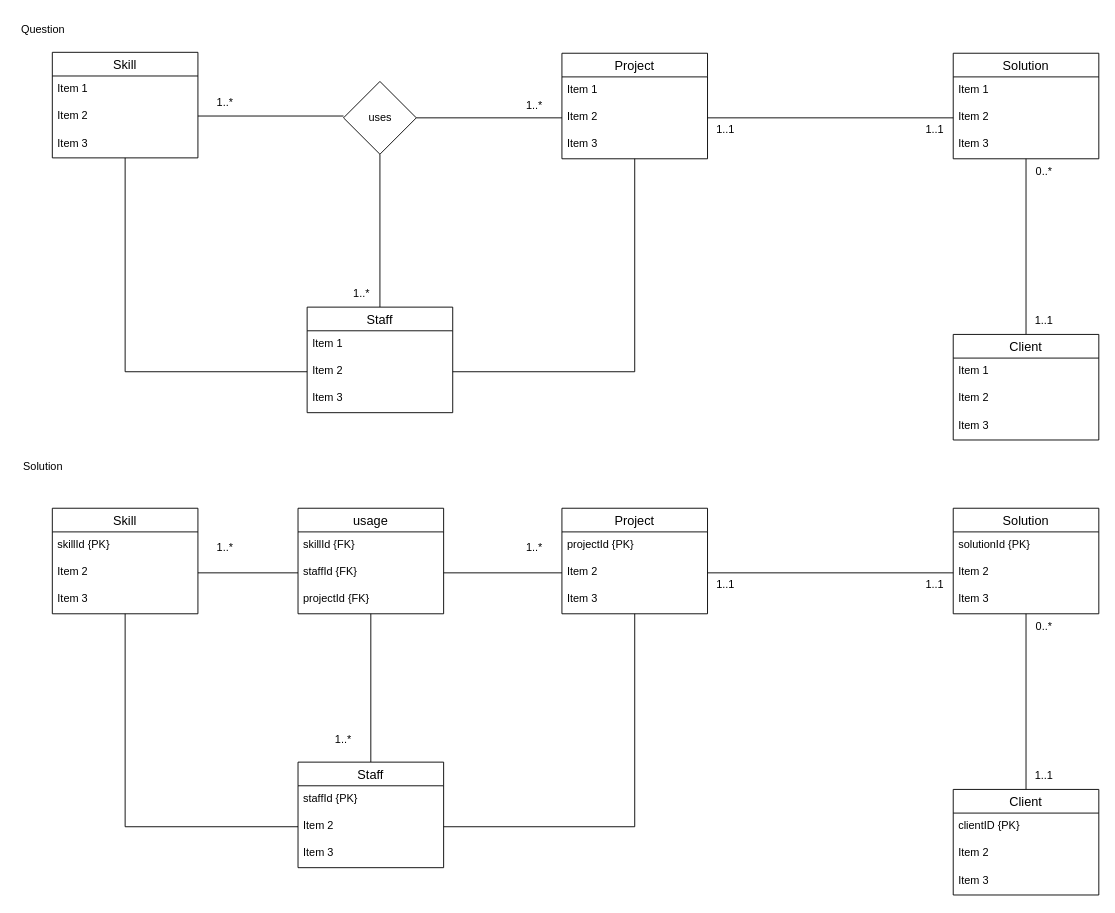
This is page "Redo" (2 of 2) of Tutorial 4/Tutorial4_Exercise1 .drawio from ChitharaKarunasekera/DatabaseSystemsTutorials, a draw.io file, before an edit. Source tidied: cells renumbered, new cells numbered last; positions are measured from the earlier drawing's top-left corner, leaving out a move shared by most shapes. Both pictures are drawn from the tidied source at 91%, with x=0, y=0 at pixel (15, 15).
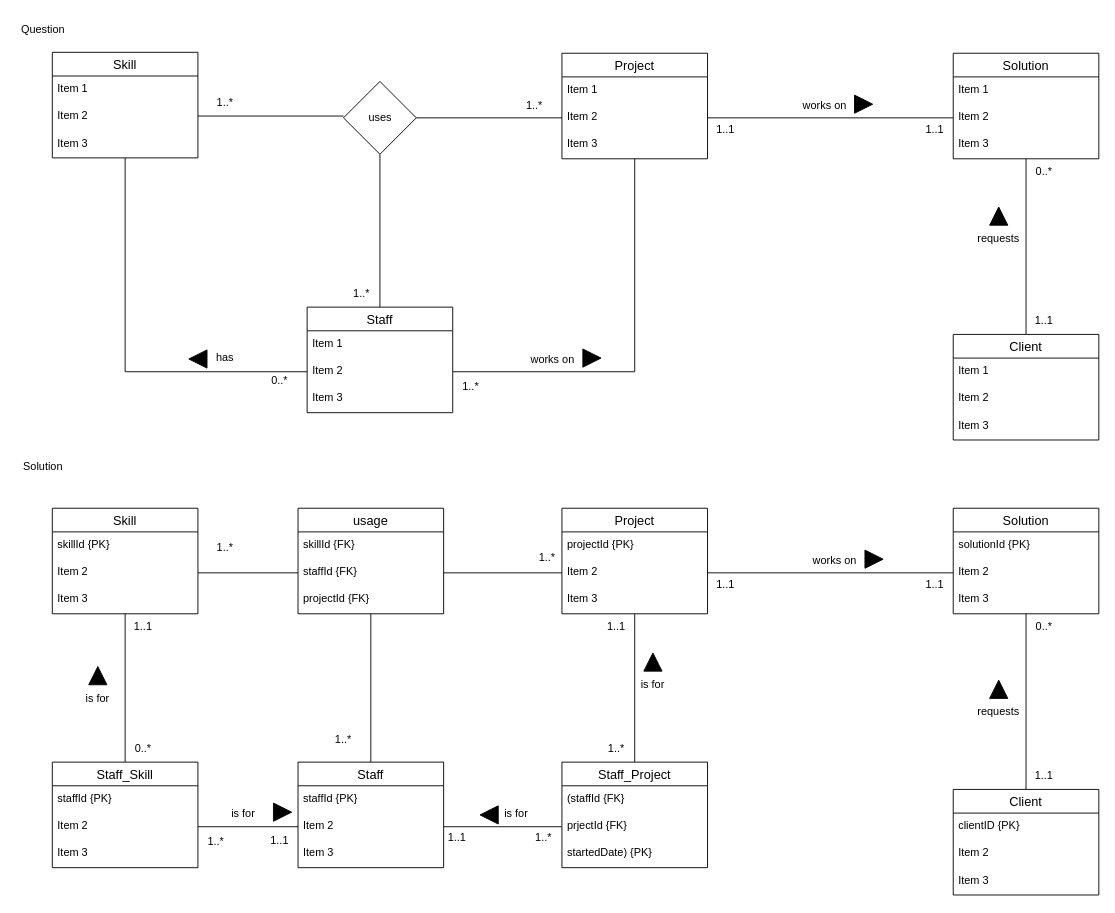
The same diagram, later.

Unchanged cells that the change refers to:
```xml
<mxCell id="38" value="Skill" style="swimlane;fontStyle=0;horizontal=1;startSize=26;align=center;fontSize=14;" parent="1" vertex="1">
  <mxGeometry x="40" y="541" width="160" height="116" as="geometry" />
</mxCell>
<mxCell id="42" value="Project" style="swimlane;fontStyle=0;horizontal=1;startSize=26;align=center;fontSize=14;" parent="1" vertex="1">
  <mxGeometry x="600" y="541" width="160" height="116" as="geometry" />
</mxCell>
<mxCell id="54" value="Item 2" style="text;strokeColor=none;fillColor=none;spacingLeft=4;spacingRight=4;overflow=hidden;points=[[0,0.5],[1,0.5]];portConstraint=eastwest;fontSize=12;" parent="52" vertex="1">
  <mxGeometry y="56" width="160" height="30" as="geometry" />
</mxCell>
```

Change to the diagram source:
```diff
@@
-    <mxCell id="61" style="edgeStyle=orthogonalEdgeStyle;rounded=0;jettySize=auto;html=1;endArrow=none;endFill=0;" parent="1" edge="1" source="54" target="42">
-      <mxGeometry relative="1" as="geometry" />
-    </mxCell>
-    <mxCell id="62" style="edgeStyle=orthogonalEdgeStyle;rounded=0;jettySize=auto;html=1;endArrow=none;endFill=0;" parent="1" edge="1" source="54" target="38">
-      <mxGeometry relative="1" as="geometry" />
-    </mxCell>
@@
     <mxCell id="64" value="1..*" style="text;html=1;strokeColor=none;fillColor=none;align=center;verticalAlign=middle;whiteSpace=wrap;rounded=0;" parent="1" vertex="1">
-      <mxGeometry x="540" y="570" width="60" height="30" as="geometry" />
+      <mxGeometry x="554" y="580" width="60" height="30" as="geometry" />
     </mxCell>
@@
+    <mxCell id="78" value="requests" style="text;html=1;strokeColor=none;fillColor=none;align=center;verticalAlign=middle;whiteSpace=wrap;rounded=0;" parent="1" vertex="1">
+      <mxGeometry x="1050" y="750" width="60" height="30" as="geometry" />
+    </mxCell>
+    <mxCell id="79" style="triangle;whiteSpace=wrap;html=1;fillColor=#000000;direction=north;" parent="1" vertex="1">
+      <mxGeometry x="1070" y="730" width="20" height="20" as="geometry" />
+    </mxCell>
+    <mxCell id="80" value="works on" style="text;html=1;strokeColor=none;fillColor=none;align=center;verticalAlign=middle;whiteSpace=wrap;rounded=0;" parent="1" vertex="1">
+      <mxGeometry x="870" y="584" width="60" height="30" as="geometry" />
+    </mxCell>
+    <mxCell id="81" style="triangle;whiteSpace=wrap;html=1;fillColor=#000000;" parent="1" vertex="1">
+      <mxGeometry x="933" y="587" width="20" height="20" as="geometry" />
+    </mxCell>
+    <mxCell id="82" value="works on" style="text;html=1;strokeColor=none;fillColor=none;align=center;verticalAlign=middle;whiteSpace=wrap;rounded=0;" parent="1" vertex="1">
+      <mxGeometry x="560" y="363" width="60" height="30" as="geometry" />
+    </mxCell>
+    <mxCell id="83" style="triangle;whiteSpace=wrap;html=1;fillColor=#000000;" parent="1" vertex="1">
+      <mxGeometry x="623" y="366" width="20" height="20" as="geometry" />
+    </mxCell>
+    <mxCell id="84" value="1..*" style="text;html=1;strokeColor=none;fillColor=none;align=center;verticalAlign=middle;whiteSpace=wrap;rounded=0;" parent="1" vertex="1">
+      <mxGeometry x="470" y="393" width="60" height="30" as="geometry" />
+    </mxCell>
+    <mxCell id="85" value="0..*" style="text;html=1;strokeColor=none;fillColor=none;align=center;verticalAlign=middle;whiteSpace=wrap;rounded=0;" parent="1" vertex="1">
+      <mxGeometry x="260" y="386" width="60" height="30" as="geometry" />
+    </mxCell>
+    <mxCell id="86" value="has" style="text;html=1;strokeColor=none;fillColor=none;align=center;verticalAlign=middle;whiteSpace=wrap;rounded=0;" parent="1" vertex="1">
+      <mxGeometry x="200" y="361" width="60" height="30" as="geometry" />
+    </mxCell>
+    <mxCell id="87" style="triangle;whiteSpace=wrap;html=1;fillColor=#000000;direction=west;" parent="1" vertex="1">
+      <mxGeometry x="190" y="367" width="20" height="20" as="geometry" />
+    </mxCell>
+    <mxCell id="88" value="works on" style="text;html=1;strokeColor=none;fillColor=none;align=center;verticalAlign=middle;whiteSpace=wrap;rounded=0;" parent="1" vertex="1">
+      <mxGeometry x="858.5" y="84" width="60" height="30" as="geometry" />
+    </mxCell>
+    <mxCell id="89" style="triangle;whiteSpace=wrap;html=1;fillColor=#000000;" parent="1" vertex="1">
+      <mxGeometry x="921.5" y="87" width="20" height="20" as="geometry" />
+    </mxCell>
+    <mxCell id="90" value="requests" style="text;html=1;strokeColor=none;fillColor=none;align=center;verticalAlign=middle;whiteSpace=wrap;rounded=0;" parent="1" vertex="1">
+      <mxGeometry x="1050" y="230" width="60" height="30" as="geometry" />
+    </mxCell>
+    <mxCell id="91" style="triangle;whiteSpace=wrap;html=1;fillColor=#000000;direction=north;" parent="1" vertex="1">
+      <mxGeometry x="1070" y="210" width="20" height="20" as="geometry" />
+    </mxCell>
+    <mxCell id="92" style="edgeStyle=orthogonalEdgeStyle;rounded=0;jettySize=auto;html=1;endArrow=none;endFill=0;" parent="1" edge="1" source="93" target="42">
+      <mxGeometry relative="1" as="geometry" />
+    </mxCell>
+    <mxCell id="93" value="Staff_Project" style="swimlane;fontStyle=0;horizontal=1;startSize=26;align=center;fontSize=14;" parent="1" vertex="1">
+      <mxGeometry x="600" y="820" width="160" height="116" as="geometry" />
+    </mxCell>
+    <mxCell id="94" value="(staffId {FK}" style="text;strokeColor=none;fillColor=none;spacingLeft=4;spacingRight=4;overflow=hidden;fontSize=12;" parent="93" vertex="1">
+      <mxGeometry y="26" width="160" height="30" as="geometry" />
+    </mxCell>
+    <mxCell id="95" value="prjectId {FK}" style="text;strokeColor=none;fillColor=none;spacingLeft=4;spacingRight=4;overflow=hidden;points=[[0,0.5],[1,0.5]];portConstraint=eastwest;fontSize=12;" parent="93" vertex="1">
+      <mxGeometry y="56" width="160" height="30" as="geometry" />
+    </mxCell>
+    <mxCell id="96" value="startedDate) {PK}" style="text;strokeColor=none;fillColor=none;spacingLeft=4;spacingRight=4;overflow=hidden;fontSize=12;" parent="93" vertex="1">
+      <mxGeometry y="86" width="160" height="30" as="geometry" />
+    </mxCell>
+    <mxCell id="97" style="edgeStyle=orthogonalEdgeStyle;rounded=0;jettySize=auto;html=1;endArrow=none;endFill=0;" parent="1" edge="1" source="95" target="54">
+      <mxGeometry relative="1" as="geometry" />
+    </mxCell>
+    <mxCell id="98" value="is for" style="text;html=1;strokeColor=none;fillColor=none;align=center;verticalAlign=middle;whiteSpace=wrap;rounded=0;" parent="1" vertex="1">
+      <mxGeometry x="670" y="720" width="60" height="30" as="geometry" />
+    </mxCell>
+    <mxCell id="99" style="triangle;whiteSpace=wrap;html=1;fillColor=#000000;direction=north;" parent="1" vertex="1">
+      <mxGeometry x="690" y="700" width="20" height="20" as="geometry" />
+    </mxCell>
+    <mxCell id="100" value="1..1" style="text;html=1;strokeColor=none;fillColor=none;align=center;verticalAlign=middle;whiteSpace=wrap;rounded=0;" parent="1" vertex="1">
+      <mxGeometry x="630" y="656" width="60" height="30" as="geometry" />
+    </mxCell>
+    <mxCell id="101" value="1..*" style="text;html=1;strokeColor=none;fillColor=none;align=center;verticalAlign=middle;whiteSpace=wrap;rounded=0;" parent="1" vertex="1">
+      <mxGeometry x="630" y="790" width="60" height="30" as="geometry" />
+    </mxCell>
+    <mxCell id="102" value="is for" style="text;html=1;strokeColor=none;fillColor=none;align=center;verticalAlign=middle;whiteSpace=wrap;rounded=0;" parent="1" vertex="1">
+      <mxGeometry x="520" y="862" width="60" height="30" as="geometry" />
+    </mxCell>
+    <mxCell id="103" style="triangle;whiteSpace=wrap;html=1;fillColor=#000000;direction=west;" parent="1" vertex="1">
+      <mxGeometry x="510" y="868" width="20" height="20" as="geometry" />
+    </mxCell>
+    <mxCell id="104" value="1..1" style="text;html=1;strokeColor=none;fillColor=none;align=center;verticalAlign=middle;whiteSpace=wrap;rounded=0;" parent="1" vertex="1">
+      <mxGeometry x="455" y="888" width="60" height="30" as="geometry" />
+    </mxCell>
+    <mxCell id="105" value="1..*" style="text;html=1;strokeColor=none;fillColor=none;align=center;verticalAlign=middle;whiteSpace=wrap;rounded=0;" parent="1" vertex="1">
+      <mxGeometry x="550" y="888" width="60" height="30" as="geometry" />
+    </mxCell>
+    <mxCell id="106" style="edgeStyle=orthogonalEdgeStyle;rounded=0;jettySize=auto;html=1;endArrow=none;endFill=0;" parent="1" edge="1" source="107" target="38">
+      <mxGeometry relative="1" as="geometry" />
+    </mxCell>
+    <mxCell id="107" value="Staff_Skill" style="swimlane;fontStyle=0;horizontal=1;startSize=26;align=center;fontSize=14;" parent="1" vertex="1">
+      <mxGeometry x="40" y="820" width="160" height="116" as="geometry" />
+    </mxCell>
+    <mxCell id="108" value="staffId {PK}" style="text;strokeColor=none;fillColor=none;spacingLeft=4;spacingRight=4;overflow=hidden;fontSize=12;" parent="107" vertex="1">
+      <mxGeometry y="26" width="160" height="30" as="geometry" />
+    </mxCell>
+    <mxCell id="109" value="Item 2" style="text;strokeColor=none;fillColor=none;spacingLeft=4;spacingRight=4;overflow=hidden;points=[[0,0.5],[1,0.5]];portConstraint=eastwest;fontSize=12;" parent="107" vertex="1">
+      <mxGeometry y="56" width="160" height="30" as="geometry" />
+    </mxCell>
+    <mxCell id="110" value="Item 3" style="text;strokeColor=none;fillColor=none;spacingLeft=4;spacingRight=4;overflow=hidden;fontSize=12;" parent="107" vertex="1">
+      <mxGeometry y="86" width="160" height="30" as="geometry" />
+    </mxCell>
+    <mxCell id="111" style="edgeStyle=orthogonalEdgeStyle;rounded=0;jettySize=auto;html=1;endArrow=none;endFill=0;" parent="1" edge="1" source="109" target="54">
+      <mxGeometry relative="1" as="geometry" />
+    </mxCell>
+    <mxCell id="112" value="is for" style="text;html=1;strokeColor=none;fillColor=none;align=center;verticalAlign=middle;whiteSpace=wrap;rounded=0;" parent="1" vertex="1">
+      <mxGeometry x="60" y="735" width="60" height="30" as="geometry" />
+    </mxCell>
+    <mxCell id="113" style="triangle;whiteSpace=wrap;html=1;fillColor=#000000;direction=north;" parent="1" vertex="1">
+      <mxGeometry x="80" y="715" width="20" height="20" as="geometry" />
+    </mxCell>
+    <mxCell id="114" value="is for" style="text;html=1;strokeColor=none;fillColor=none;align=center;verticalAlign=middle;whiteSpace=wrap;rounded=0;" parent="1" vertex="1">
+      <mxGeometry x="220" y="862" width="60" height="30" as="geometry" />
+    </mxCell>
+    <mxCell id="115" style="triangle;whiteSpace=wrap;html=1;fillColor=#000000;" parent="1" vertex="1">
+      <mxGeometry x="283" y="865" width="20" height="20" as="geometry" />
+    </mxCell>
+    <mxCell id="116" value="1..1" style="text;html=1;strokeColor=none;fillColor=none;align=center;verticalAlign=middle;whiteSpace=wrap;rounded=0;" parent="1" vertex="1">
+      <mxGeometry x="260" y="892" width="60" height="30" as="geometry" />
+    </mxCell>
+    <mxCell id="117" value="1..*" style="text;html=1;strokeColor=none;fillColor=none;align=center;verticalAlign=middle;whiteSpace=wrap;rounded=0;" parent="1" vertex="1">
+      <mxGeometry x="190" y="893" width="60" height="30" as="geometry" />
+    </mxCell>
+    <mxCell id="118" value="1..1" style="text;html=1;strokeColor=none;fillColor=none;align=center;verticalAlign=middle;whiteSpace=wrap;rounded=0;" parent="1" vertex="1">
+      <mxGeometry x="110" y="656" width="60" height="30" as="geometry" />
+    </mxCell>
+    <mxCell id="119" value="0..*" style="text;html=1;strokeColor=none;fillColor=none;align=center;verticalAlign=middle;whiteSpace=wrap;rounded=0;" parent="1" vertex="1">
+      <mxGeometry x="110" y="790" width="60" height="30" as="geometry" />
+    </mxCell>
```
